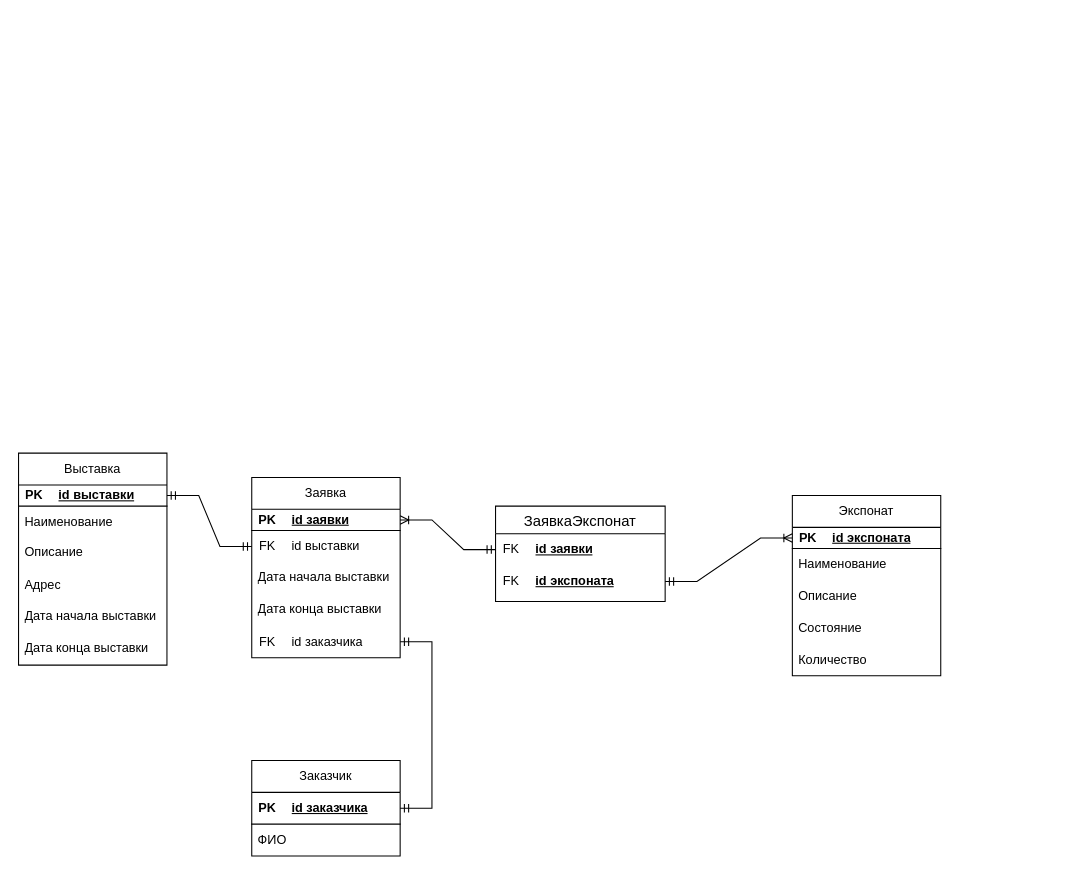
Shalapai2009/Project keeps this draw.io diagram as Музей.drawio. Above is the earlier version. Source tidied: cells renumbered, new cells numbered last; positions are measured from the earlier drawing's top-left corner, leaving out a move shared by most shapes. Both pictures are drawn from the tidied source at 106%, with x=0, y=0 at pixel (18, 447).
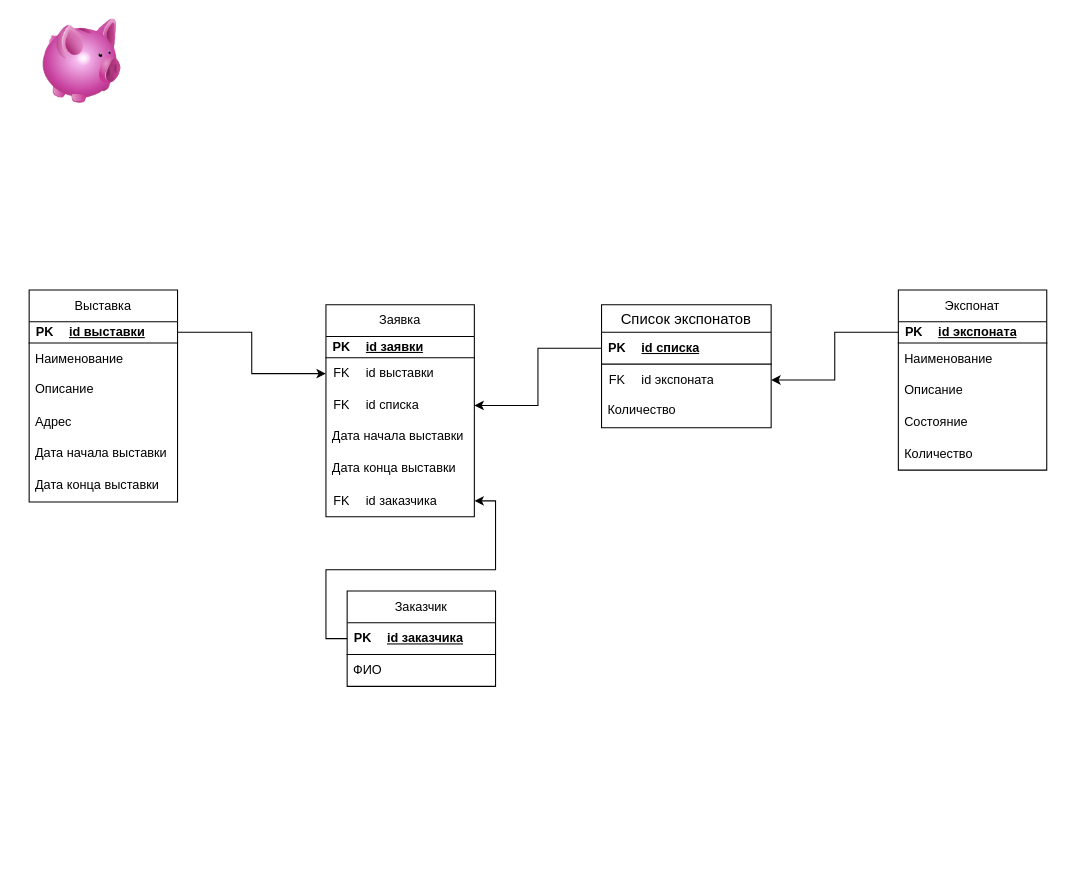
After the change.

Unchanged cells that the change refers to:
```xml
<mxCell id="4" style="shape=tableRow;horizontal=0;startSize=0;swimlaneHead=0;swimlaneBody=0;fillColor=none;points=[[0,0.5],[1,0.5]];portConstraint=eastwest;top=0;left=0;right=0;bottom=1;" parent="3" vertex="1">
  <mxGeometry width="140" height="20" as="geometry" />
</mxCell>
<mxCell id="13" style="shape=tableRow;horizontal=0;startSize=0;swimlaneHead=0;swimlaneBody=0;fillColor=none;points=[[0,0.5],[1,0.5]];portConstraint=eastwest;top=0;left=0;right=0;bottom=1;" parent="12" vertex="1">
  <mxGeometry width="140" height="20" as="geometry" />
</mxCell>
<mxCell id="23" style="shape=tableRow;horizontal=0;startSize=0;swimlaneHead=0;swimlaneBody=0;fillColor=none;points=[[0,0.5],[1,0.5]];portConstraint=eastwest;top=0;left=0;right=0;bottom=1;" parent="22" vertex="1">
  <mxGeometry width="140" height="30" as="geometry" />
</mxCell>
<mxCell id="29" style="shape=tableRow;horizontal=0;startSize=0;swimlaneHead=0;swimlaneBody=0;fillColor=none;points=[[0,0.5],[1,0.5]];portConstraint=eastwest;top=0;left=0;right=0;bottom=1;" parent="28" vertex="1">
  <mxGeometry width="140" height="20" as="geometry" />
</mxCell>
<mxCell id="33" style="shape=tableRow;horizontal=0;startSize=0;swimlaneHead=0;swimlaneBody=0;fillColor=none;points=[[0,0.5],[1,0.5]];portConstraint=eastwest;top=0;left=0;right=0;bottom=0;" parent="32" vertex="1">
  <mxGeometry width="140" height="30" as="geometry" />
</mxCell>
<mxCell id="39" style="shape=tableRow;horizontal=0;startSize=0;swimlaneHead=0;swimlaneBody=0;fillColor=none;points=[[0,0.5],[1,0.5]];portConstraint=eastwest;top=0;left=0;right=0;bottom=0;" parent="38" vertex="1">
  <mxGeometry width="140" height="30" as="geometry" />
</mxCell>
```

Change to the diagram source:
```diff
@@
     <mxCell id="2" value="Экспонат" style="swimlane;fontStyle=0;horizontal=1;startSize=30;whiteSpace=wrap;html=1;" parent="1" vertex="1">
-      <mxGeometry x="730" y="45" width="140" height="170" as="geometry" />
+      <mxGeometry x="830" y="-149" width="140" height="170" as="geometry" />
     </mxCell>
@@
     <mxCell id="11" value="Выставка" style="swimlane;fontStyle=0;horizontal=1;startSize=30;whiteSpace=wrap;html=1;" parent="1" vertex="1">
-      <mxGeometry y="5" width="140" height="200" as="geometry" />
+      <mxGeometry x="10" y="-149" width="140" height="200" as="geometry" />
     </mxCell>
@@
     <mxCell id="21" value="Заказчик" style="swimlane;fontStyle=0;horizontal=1;startSize=30;whiteSpace=wrap;html=1;" parent="1" vertex="1">
-      <mxGeometry x="220" y="295" width="140" height="90" as="geometry" />
+      <mxGeometry x="310" y="135" width="140" height="90" as="geometry" />
     </mxCell>
@@
     <mxCell id="27" value="Заявка" style="swimlane;fontStyle=0;horizontal=1;startSize=30;whiteSpace=wrap;html=1;" parent="1" vertex="1">
-      <mxGeometry x="220" y="28" width="140" height="170" as="geometry" />
+      <mxGeometry x="290" y="-135" width="140" height="200" as="geometry" />
     </mxCell>
@@
+    <mxCell id="54" style="shape=table;startSize=0;childLayout=tableLayout;rowLines=0;fontStyle=0;align=center;strokeColor=none;fillColor=none;" parent="27" vertex="1">
+      <mxGeometry y="80" width="140" height="30" as="geometry" />
+    </mxCell>
+    <mxCell id="55" style="shape=tableRow;horizontal=0;startSize=0;swimlaneHead=0;swimlaneBody=0;fillColor=none;points=[[0,0.5],[1,0.5]];portConstraint=eastwest;top=0;left=0;right=0;bottom=0;" parent="54" vertex="1">
+      <mxGeometry width="140" height="30" as="geometry" />
+    </mxCell>
+    <mxCell id="56" value="FK" style="shape=partialRectangle;fillColor=none;top=0;left=0;bottom=0;right=0;fontStyle=0;overflow=hidden;whiteSpace=wrap;html=1;" parent="55" vertex="1">
+      <mxGeometry width="30" height="30" as="geometry" />
+    </mxCell>
+    <mxCell id="57" value="id списка" style="shape=partialRectangle;fillColor=none;top=0;left=0;bottom=0;right=0;align=left;spacingLeft=6;fontStyle=0;overflow=hidden;whiteSpace=wrap;html=1;" parent="55" vertex="1">
+      <mxGeometry x="30" width="110" height="30" as="geometry" />
+    </mxCell>
     <mxCell id="36" value="Дата начала выставки" style="text;strokeColor=none;fillColor=none;spacingLeft=4;spacingRight=4;overflow=hidden;fontSize=12;whiteSpace=wrap;html=1;" parent="27" vertex="1">
-      <mxGeometry y="80" width="140" height="30" as="geometry" />
+      <mxGeometry y="110" width="140" height="30" as="geometry" />
     </mxCell>
     <mxCell id="37" value="Дата конца выставки" style="text;strokeColor=none;fillColor=none;spacingLeft=4;spacingRight=4;overflow=hidden;fontSize=12;whiteSpace=wrap;html=1;" parent="27" vertex="1">
-      <mxGeometry y="110" width="140" height="30" as="geometry" />
+      <mxGeometry y="140" width="140" height="30" as="geometry" />
     </mxCell>
     <mxCell id="38" style="shape=table;startSize=0;childLayout=tableLayout;rowLines=0;fontStyle=0;align=center;strokeColor=none;fillColor=none;" parent="27" vertex="1">
-      <mxGeometry y="140" width="140" height="30" as="geometry" />
+      <mxGeometry y="170" width="140" height="30" as="geometry" />
     </mxCell>
@@
+    <mxCell id="58" value="Список экспонатов" style="swimlane;fontStyle=0;horizontal=1;startSize=26;align=center;fontSize=14;" parent="1" vertex="1">
+      <mxGeometry x="550" y="-135" width="160" height="116" as="geometry" />
+    </mxCell>
+    <mxCell id="59" style="shape=table;startSize=0;childLayout=tableLayout;rowLines=0;fontStyle=0;align=center;strokeColor=none;fillColor=none;" parent="58" vertex="1">
+      <mxGeometry y="26" width="160" height="30" as="geometry" />
+    </mxCell>
+    <mxCell id="60" style="shape=tableRow;horizontal=0;startSize=0;swimlaneHead=0;swimlaneBody=0;fillColor=none;points=[[0,0.5],[1,0.5]];portConstraint=eastwest;top=0;left=0;right=0;bottom=1;" parent="59" vertex="1">
+      <mxGeometry width="160" height="30" as="geometry" />
+    </mxCell>
+    <mxCell id="61" value="PK" style="shape=partialRectangle;fillColor=none;top=0;left=0;bottom=0;right=0;fontStyle=1;overflow=hidden;whiteSpace=wrap;html=1;" parent="60" vertex="1">
+      <mxGeometry width="30" height="30" as="geometry" />
+    </mxCell>
+    <mxCell id="62" value="id списка" style="shape=partialRectangle;fillColor=none;top=0;left=0;bottom=0;right=0;align=left;spacingLeft=6;fontStyle=5;overflow=hidden;whiteSpace=wrap;html=1;" parent="60" vertex="1">
+      <mxGeometry x="30" width="130" height="30" as="geometry" />
+    </mxCell>
+    <mxCell id="63" style="shape=table;startSize=0;childLayout=tableLayout;rowLines=0;fontStyle=0;align=center;strokeColor=none;fillColor=none;" parent="58" vertex="1">
+      <mxGeometry y="56" width="160" height="30" as="geometry" />
+    </mxCell>
+    <mxCell id="46" style="shape=tableRow;horizontal=0;startSize=0;swimlaneHead=0;swimlaneBody=0;fillColor=none;points=[[0,0.5],[1,0.5]];portConstraint=eastwest;top=0;left=0;right=0;bottom=0;" parent="63" vertex="1">
+      <mxGeometry width="160" height="30" as="geometry" />
+    </mxCell>
+    <mxCell id="64" value="FK" style="shape=partialRectangle;fillColor=none;top=0;left=0;bottom=0;right=0;fontStyle=0;overflow=hidden;whiteSpace=wrap;html=1;" parent="46" vertex="1">
+      <mxGeometry width="30" height="30" as="geometry" />
+    </mxCell>
+    <mxCell id="51" value="id экспоната" style="shape=partialRectangle;fillColor=none;top=0;left=0;bottom=0;right=0;align=left;spacingLeft=6;fontStyle=0;overflow=hidden;whiteSpace=wrap;html=1;" parent="46" vertex="1">
+      <mxGeometry x="30" width="130" height="30" as="geometry" />
+    </mxCell>
+    <mxCell id="65" value="Количество" style="text;strokeColor=none;fillColor=none;spacingLeft=4;spacingRight=4;overflow=hidden;fontSize=12;whiteSpace=wrap;html=1;" parent="58" vertex="1">
+      <mxGeometry y="86" width="160" height="30" as="geometry" />
+    </mxCell>
+    <mxCell id="66" style="edgeStyle=orthogonalEdgeStyle;rounded=0;jettySize=auto;html=1;entryX=1;entryY=0.5;entryDx=0;entryDy=0;exitX=0;exitY=0.5;exitDx=0;exitDy=0;" parent="1" edge="1" source="60" target="55">
+      <mxGeometry relative="1" as="geometry" />
+    </mxCell>
+    <mxCell id="67" style="image;html=1;image=img/lib/clip_art/finance/Piggy_Bank_128x128.png;" parent="1" vertex="1">
+      <mxGeometry x="20" y="-405" width="80" height="80" as="geometry" />
+    </mxCell>
+    <mxCell id="68" style="edgeStyle=orthogonalEdgeStyle;rounded=0;jettySize=auto;html=1;entryX=1;entryY=0.5;entryDx=0;entryDy=0;" parent="1" edge="1" source="4" target="46">
+      <mxGeometry relative="1" as="geometry" />
+    </mxCell>
-    <mxCell id="42" style="edgeStyle=entityRelationEdgeStyle;fontSize=12;html=1;endArrow=ERmandOne;startArrow=ERmandOne;rounded=0;entryX=0;entryY=0.5;entryDx=0;entryDy=0;exitX=1;exitY=0.5;exitDx=0;exitDy=0;" parent="1" edge="1" source="13" target="33">
-      <mxGeometry relative="1" as="geometry">
-        <Array as="points">
-          <mxPoint x="420" />
-        </Array>
-      </mxGeometry>
+    <mxCell id="42" style="edgeStyle=orthogonalEdgeStyle;rounded=0;jettySize=auto;html=1;entryX=0;entryY=0.5;entryDx=0;entryDy=0;" parent="1" edge="1" source="13" target="33">
+      <mxGeometry relative="1" as="geometry" />
     </mxCell>
-    <mxCell id="43" style="edgeStyle=entityRelationEdgeStyle;fontSize=12;html=1;endArrow=ERmandOne;startArrow=ERmandOne;rounded=0;entryX=1;entryY=0.5;entryDx=0;entryDy=0;exitX=1;exitY=0.5;exitDx=0;exitDy=0;" parent="1" edge="1" source="23" target="39">
+    <mxCell id="43" style="edgeStyle=orthogonalEdgeStyle;rounded=0;jettySize=auto;html=1;entryX=1;entryY=0.5;entryDx=0;entryDy=0;" parent="1" edge="1" source="23" target="39">
       <mxGeometry relative="1" as="geometry" />
     </mxCell>
-    <mxCell id="44" value="ЗаявкаЭкспонат" style="swimlane;fontStyle=0;horizontal=1;startSize=26;align=center;fontSize=14;" parent="1" vertex="1">
-      <mxGeometry x="450" y="55" width="160" height="90" as="geometry" />
-    </mxCell>
-    <mxCell id="45" style="shape=table;startSize=0;childLayout=tableLayout;rowLines=0;fontStyle=0;align=center;strokeColor=none;fillColor=none;" parent="44" vertex="1">
-      <mxGeometry y="26" width="160" height="64" as="geometry" />
-    </mxCell>
-    <mxCell id="46" style="shape=tableRow;horizontal=0;startSize=0;swimlaneHead=0;swimlaneBody=0;fillColor=none;points=[[0,0.5],[1,0.5]];portConstraint=eastwest;top=0;left=0;right=0;bottom=0;" parent="45" vertex="1">
-      <mxGeometry width="160" height="30" as="geometry" />
-    </mxCell>
-    <mxCell id="47" value="FK" style="shape=partialRectangle;fillColor=none;top=0;left=0;bottom=0;right=0;fontStyle=0;overflow=hidden;whiteSpace=wrap;html=1;" parent="46" vertex="1">
-      <mxGeometry width="30" height="30" as="geometry" />
-    </mxCell>
-    <mxCell id="48" value="&lt;span style=&quot;font-weight: 700; text-decoration-line: underline;&quot;&gt;id заявки&lt;/span&gt;" style="shape=partialRectangle;fillColor=none;top=0;left=0;bottom=0;right=0;align=left;spacingLeft=6;fontStyle=0;overflow=hidden;whiteSpace=wrap;html=1;" parent="46" vertex="1">
-      <mxGeometry x="30" width="130" height="30" as="geometry" />
-    </mxCell>
-    <mxCell id="49" style="shape=tableRow;horizontal=0;startSize=0;swimlaneHead=0;swimlaneBody=0;fillColor=none;points=[[0,0.5],[1,0.5]];portConstraint=eastwest;top=0;left=0;right=0;bottom=0;" parent="45" vertex="1">
-      <mxGeometry y="30" width="160" height="30" as="geometry" />
-    </mxCell>
-    <mxCell id="50" value="FK" style="shape=partialRectangle;fillColor=none;top=0;left=0;bottom=0;right=0;fontStyle=0;overflow=hidden;whiteSpace=wrap;html=1;" parent="49" vertex="1">
-      <mxGeometry width="30" height="30" as="geometry" />
-    </mxCell>
-    <mxCell id="51" value="&lt;span style=&quot;font-weight: 700; text-decoration-line: underline;&quot;&gt;id экспоната&lt;/span&gt;" style="shape=partialRectangle;fillColor=none;top=0;left=0;bottom=0;right=0;align=left;spacingLeft=6;fontStyle=0;overflow=hidden;whiteSpace=wrap;html=1;" parent="49" vertex="1">
-      <mxGeometry x="30" width="130" height="30" as="geometry" />
-    </mxCell>
-    <mxCell id="52" style="edgeStyle=entityRelationEdgeStyle;fontSize=12;html=1;endArrow=ERoneToMany;startArrow=ERmandOne;rounded=0;exitX=1;exitY=0.5;exitDx=0;exitDy=0;entryX=0;entryY=0.5;entryDx=0;entryDy=0;" parent="1" edge="1" source="49" target="4">
-      <mxGeometry relative="1" as="geometry">
-        <Array as="points">
-          <mxPoint x="730" y="45" />
-        </Array>
-      </mxGeometry>
-    </mxCell>
-    <mxCell id="53" style="edgeStyle=entityRelationEdgeStyle;fontSize=12;html=1;endArrow=ERoneToMany;startArrow=ERmandOne;rounded=0;exitX=0;exitY=0.5;exitDx=0;exitDy=0;entryX=1;entryY=0.5;entryDx=0;entryDy=0;" parent="1" edge="1" source="46" target="29">
-      <mxGeometry relative="1" as="geometry">
-        <Array as="points">
-          <mxPoint x="740" y="55" />
-        </Array>
-      </mxGeometry>
-    </mxCell>
```
